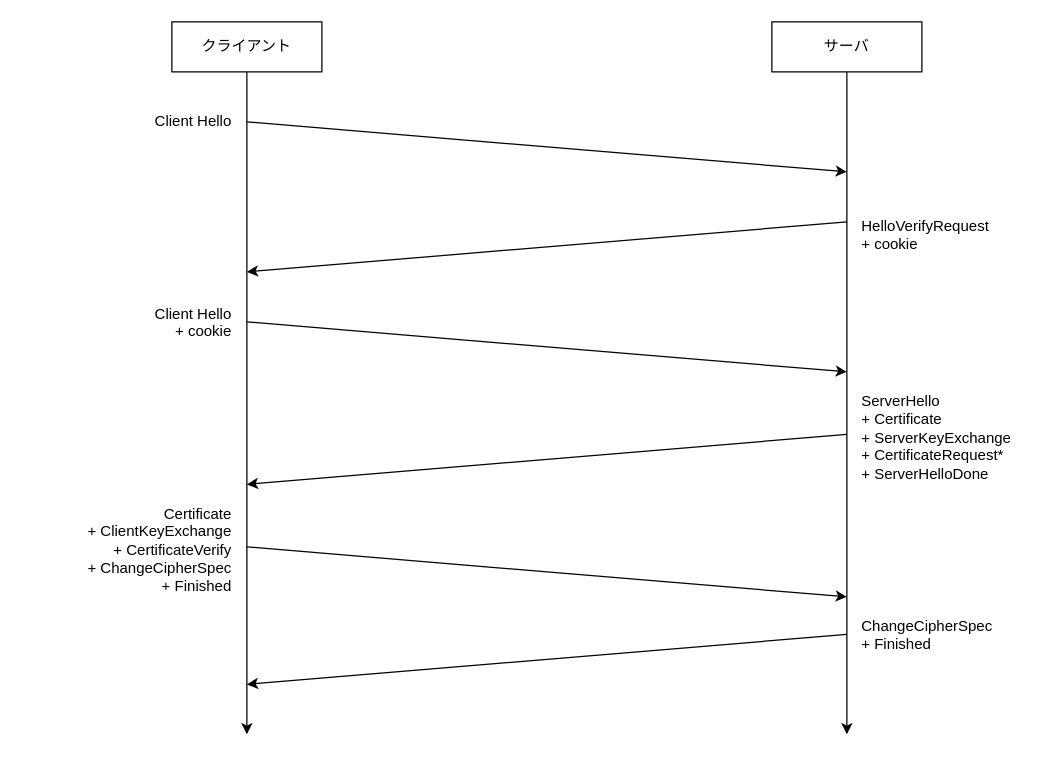
Before: dtls.drawio in tetsukamen/drawing, a draw.io diagram. Source tidied: cells renumbered, new cells numbered last; positions are measured from the earlier drawing's top-left corner, leaving out a move shared by most shapes. Both pictures are drawn from the tidied source at 125%, with x=0, y=0 at pixel (21, 21).
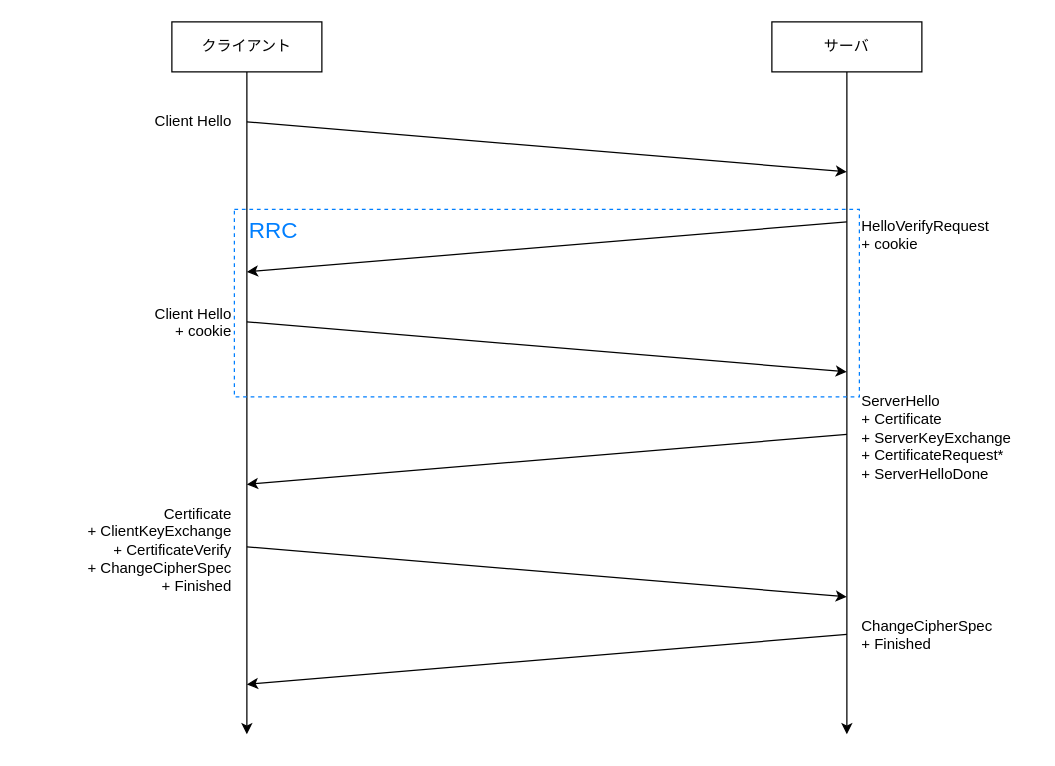
The same diagram, later.

Change to the diagram source:
```diff
@@
+    <mxCell id="18" style="rounded=0;whiteSpace=wrap;html=1;fillColor=none;dashed=1;strokeColor=#007FFF;" parent="1" vertex="1">
+      <mxGeometry x="170" y="150" width="500" height="150" as="geometry" />
+    </mxCell>
+    <mxCell id="19" value="&lt;font style=&quot;font-size: 18px&quot;&gt;RRC&lt;/font&gt;" style="text;html=1;strokeColor=none;fillColor=none;align=left;verticalAlign=top;whiteSpace=wrap;rounded=0;fontSize=12;fontColor=#007FFF;" parent="1" vertex="1">
+      <mxGeometry x="180" y="150" width="120" height="40" as="geometry" />
+    </mxCell>
```
